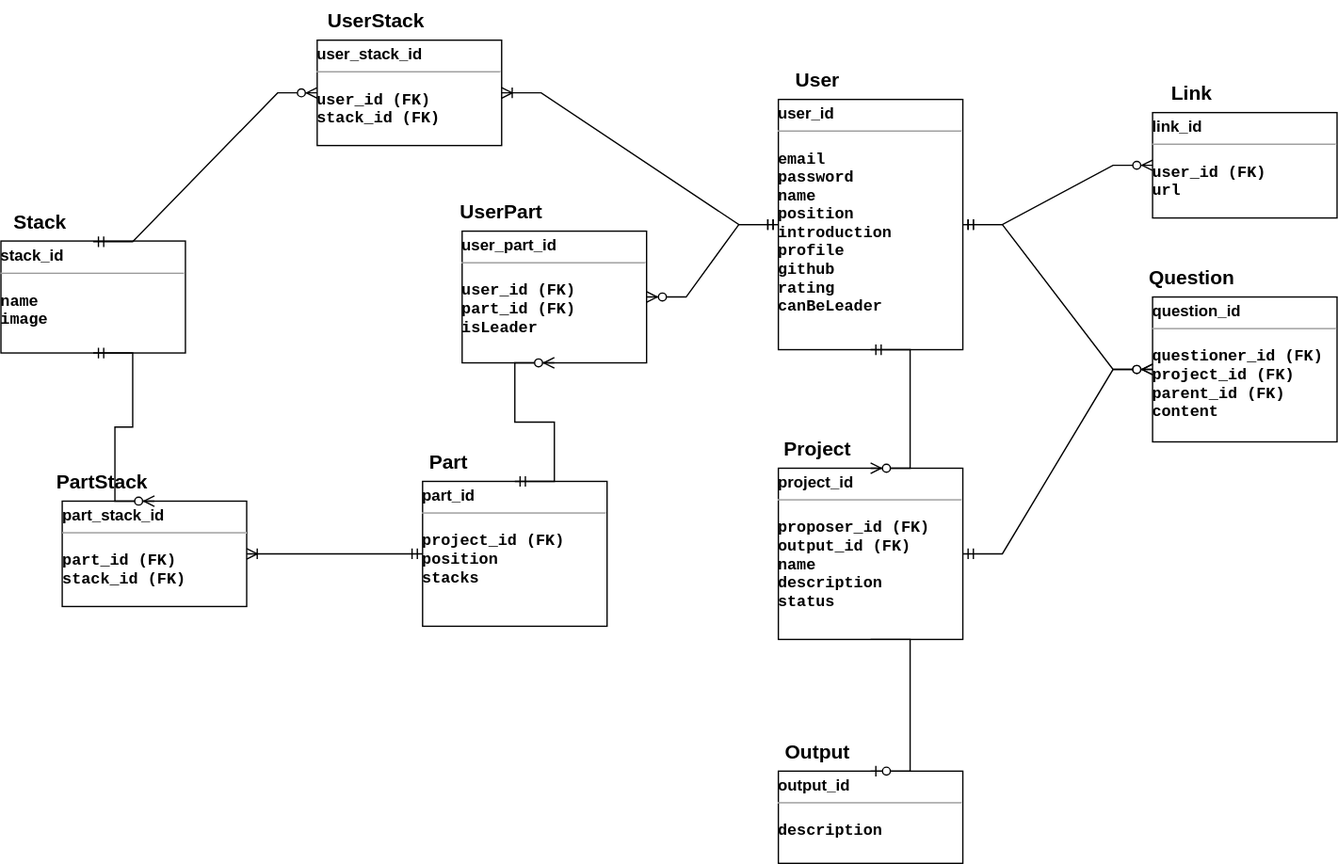
The draw.io diagram Table_diagram.drawio.svg in zelo0/cruit, before a commit. Source tidied: cells renumbered, new cells last; positions are measured from the earlier drawing's top-left corner, leaving out a move shared by most shapes.
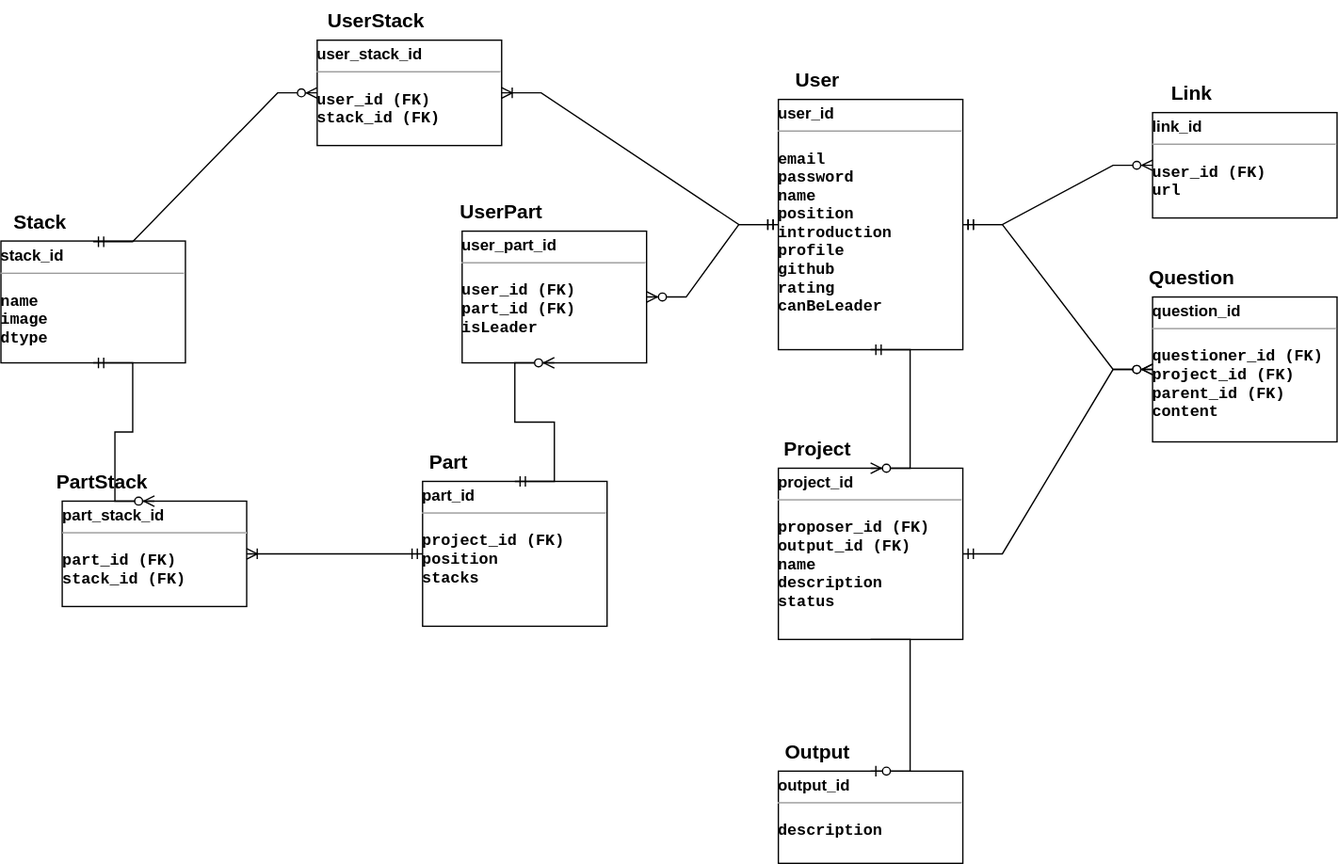
The same diagram one commit later.

Commit message:
단일 테이블 전략이라 dtype 추가

The edit, as a diff of the source:
```diff
@@ -65,8 +65,8 @@
     <mxCell id="22" value="&lt;b&gt;&lt;font style=&quot;font-size: 15px&quot;&gt;Link&lt;/font&gt;&lt;/b&gt;" style="text;html=1;strokeColor=none;fillColor=none;align=center;verticalAlign=middle;whiteSpace=wrap;rounded=0;" parent="1" vertex="1">
       <mxGeometry x="874" y="55" width="60" height="30" as="geometry" />
     </mxCell>
-    <mxCell id="23" value="&lt;p style=&quot;margin: 4px 0px 0px&quot;&gt;&lt;b&gt;stack_id&lt;/b&gt;&lt;/p&gt;&lt;hr size=&quot;1&quot;&gt;&lt;p&gt;&lt;/p&gt;&lt;pre style=&quot;height: 2px ; line-height: 1.5&quot;&gt;&lt;b&gt;name&lt;/b&gt;&lt;/pre&gt;&lt;pre style=&quot;height: 2px ; line-height: 1.5&quot;&gt;&lt;b&gt;image&lt;/b&gt;&lt;/pre&gt;&lt;pre style=&quot;height: 2px ; line-height: 1.5&quot;&gt;&lt;b&gt;&lt;br&gt;&lt;/b&gt;&lt;/pre&gt;&lt;p&gt;&lt;/p&gt;" style="verticalAlign=top;align=left;overflow=fill;fontSize=12;fontFamily=Helvetica;html=1;" parent="1" vertex="1">
-      <mxGeometry y="182.5" width="140" height="85" as="geometry" />
+    <mxCell id="23" value="&lt;p style=&quot;margin: 4px 0px 0px&quot;&gt;&lt;b&gt;stack_id&lt;/b&gt;&lt;/p&gt;&lt;hr size=&quot;1&quot;&gt;&lt;p&gt;&lt;/p&gt;&lt;pre style=&quot;height: 2px ; line-height: 1.5&quot;&gt;&lt;b&gt;name&lt;/b&gt;&lt;/pre&gt;&lt;pre style=&quot;height: 2px ; line-height: 1.5&quot;&gt;&lt;b&gt;image&lt;/b&gt;&lt;/pre&gt;&lt;pre style=&quot;height: 2px ; line-height: 1.5&quot;&gt;&lt;b&gt;dtype&lt;/b&gt;&lt;/pre&gt;&lt;p&gt;&lt;/p&gt;" style="verticalAlign=top;align=left;overflow=fill;fontSize=12;fontFamily=Helvetica;html=1;" parent="1" vertex="1">
+      <mxGeometry y="182.5" width="140" height="92.5" as="geometry" />
     </mxCell>
     <mxCell id="24" value="&lt;p style=&quot;margin: 4px 0px 0px&quot;&gt;&lt;b&gt;user_stack_id&lt;/b&gt;&lt;/p&gt;&lt;hr size=&quot;1&quot;&gt;&lt;p&gt;&lt;/p&gt;&lt;pre style=&quot;height: 2px ; line-height: 1.5&quot;&gt;&lt;b&gt;user_id (FK)&lt;/b&gt;&lt;/pre&gt;&lt;pre style=&quot;height: 2px ; line-height: 1.5&quot;&gt;&lt;b&gt;stack_id (FK)&lt;/b&gt;&lt;/pre&gt;&lt;p&gt;&lt;/p&gt;" style="verticalAlign=top;align=left;overflow=fill;fontSize=12;fontFamily=Helvetica;html=1;" parent="1" vertex="1">
       <mxGeometry x="240" y="30" width="140" height="80" as="geometry" />
```
